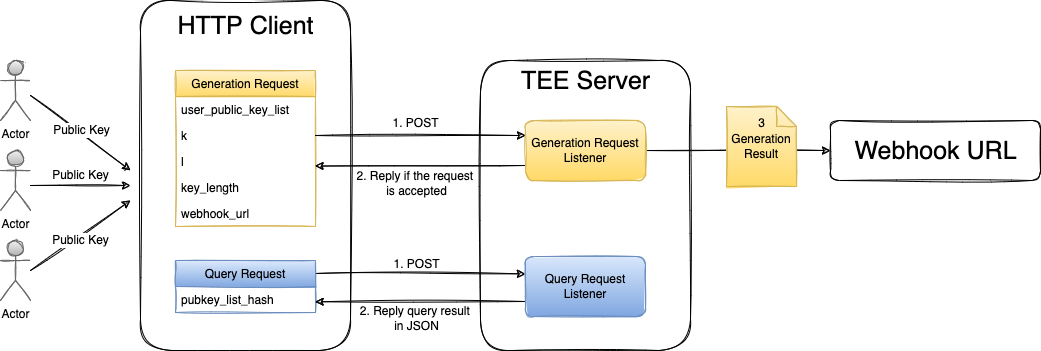
Before: doc/Project Structure.png, a diagram exported from draw.io (Safeheron/sgx-arweave-cpp). Source tidied: cells renumbered, new cells last; positions are measured from the earlier drawing's top-left corner, leaving out a move shared by most shapes.
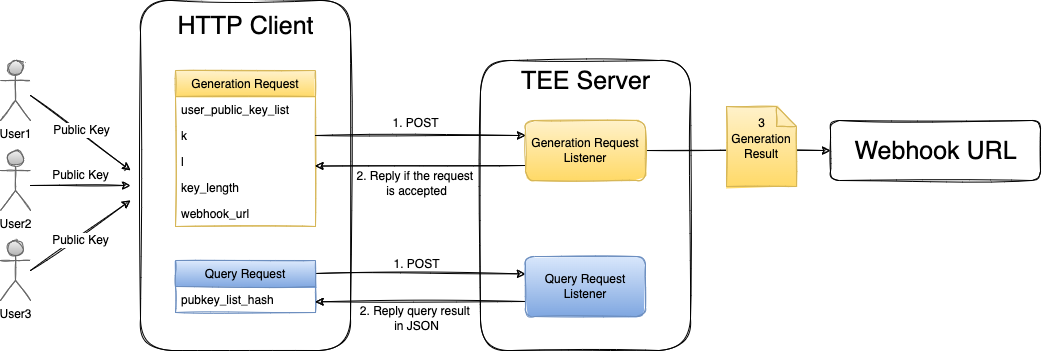
The same diagram one commit later.

Commit message:
Update code and comments

Change to the diagram source:
```diff
@@ -5,13 +5,13 @@
     <mxCell id="2" style="rounded=1;whiteSpace=wrap;html=1;sketch=1;" parent="1" vertex="1">
       <mxGeometry x="480" y="60" width="210" height="290" as="geometry" />
     </mxCell>
-    <mxCell id="3" value="Actor" style="shape=umlActor;verticalLabelPosition=bottom;verticalAlign=top;html=1;fillColor=#f5f5f5;strokeColor=#666666;sketch=1;gradientColor=#b3b3b3;" parent="1" vertex="1">
+    <mxCell id="3" value="User1" style="shape=umlActor;verticalLabelPosition=bottom;verticalAlign=top;html=1;fillColor=#f5f5f5;strokeColor=#666666;sketch=1;gradientColor=#b3b3b3;" parent="1" vertex="1">
       <mxGeometry y="60" width="30" height="60" as="geometry" />
     </mxCell>
-    <mxCell id="4" value="Actor" style="shape=umlActor;verticalLabelPosition=bottom;verticalAlign=top;html=1;fillColor=#f5f5f5;strokeColor=#666666;sketch=1;gradientColor=#b3b3b3;" parent="1" vertex="1">
+    <mxCell id="4" value="User2" style="shape=umlActor;verticalLabelPosition=bottom;verticalAlign=top;html=1;fillColor=#f5f5f5;strokeColor=#666666;sketch=1;gradientColor=#b3b3b3;" parent="1" vertex="1">
       <mxGeometry y="150" width="30" height="60" as="geometry" />
     </mxCell>
-    <mxCell id="5" value="Actor" style="shape=umlActor;verticalLabelPosition=bottom;verticalAlign=top;html=1;fillColor=#f5f5f5;strokeColor=#666666;sketch=1;gradientColor=#b3b3b3;" parent="1" vertex="1">
+    <mxCell id="5" value="User3" style="shape=umlActor;verticalLabelPosition=bottom;verticalAlign=top;html=1;fillColor=#f5f5f5;strokeColor=#666666;sketch=1;gradientColor=#b3b3b3;" parent="1" vertex="1">
       <mxGeometry y="240" width="30" height="60" as="geometry" />
     </mxCell>
     <mxCell id="6" style="rounded=1;whiteSpace=wrap;html=1;sketch=1;" parent="1" vertex="1">
```
